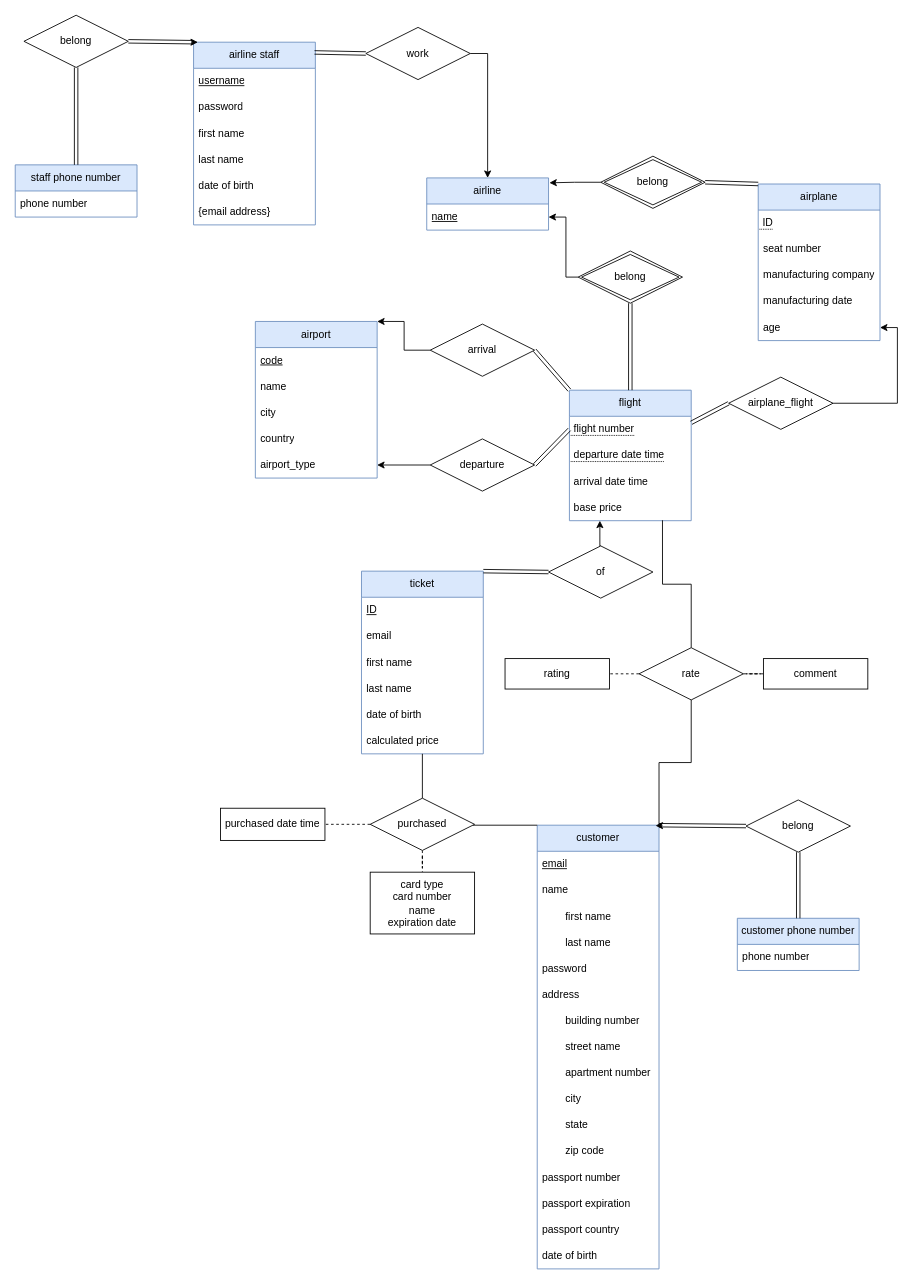
Earlier version of the draw.io diagram part1/project_ER.drawio (qianxichen233/CS-UY-3083-project). Source tidied: cells renumbered, new cells numbered last; positions are measured from the earlier drawing's top-left corner, leaving out a move shared by most shapes. Both pictures are drawn from the tidied source at 87%, with x=0, y=0 at pixel (15, 15).
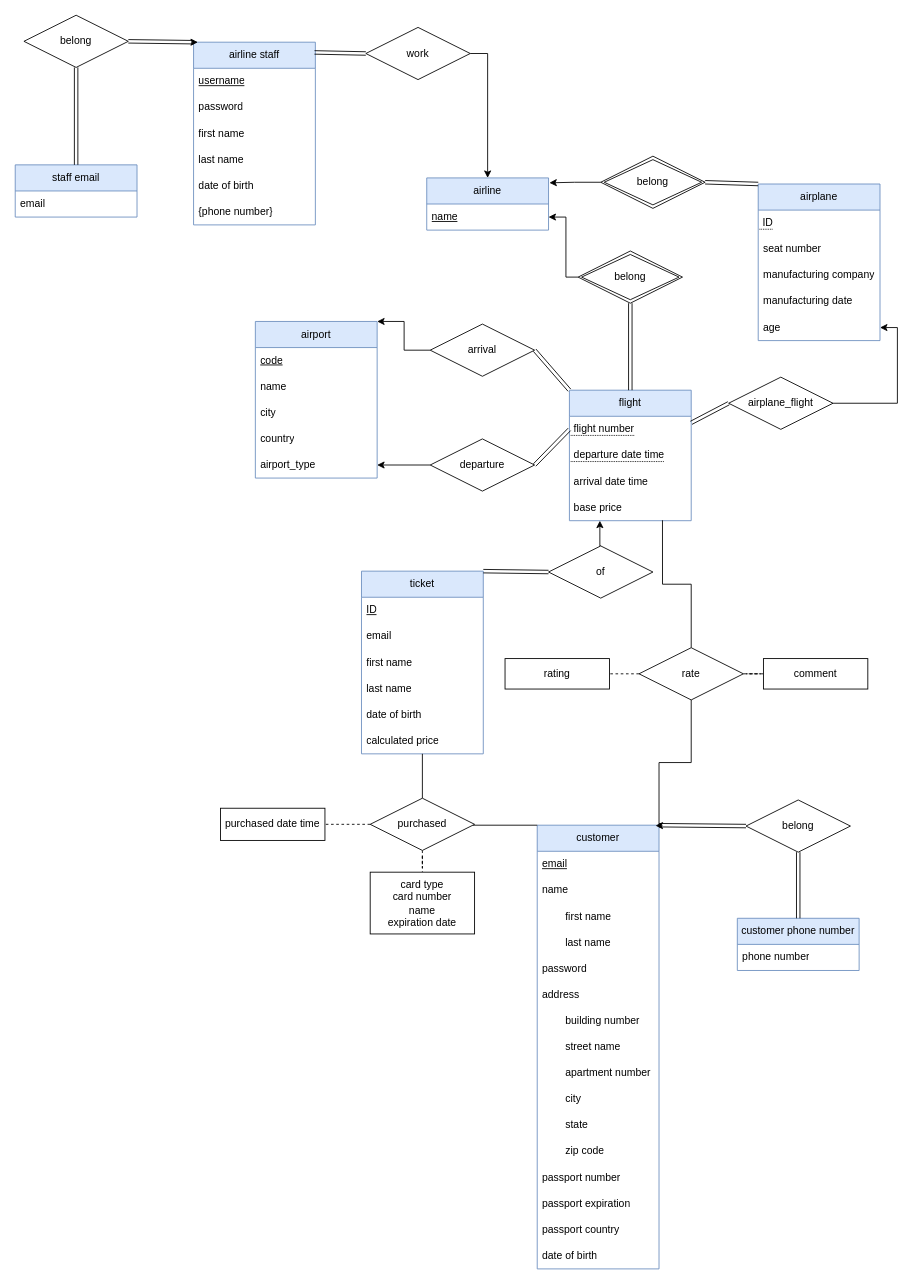
The same page after the edit.

Unchanged cells that the change refers to:
```xml
<mxCell id="77" value="airline staff" style="swimlane;fontStyle=0;horizontal=1;startSize=30;whiteSpace=wrap;html=1;fillColor=#dae8fc;strokeColor=#6c8ebf;" parent="1" vertex="1">
  <mxGeometry x="205" y="31" width="140" height="210" as="geometry" />
</mxCell>
```

What changed in the source:
```diff
@@
-    <mxCell id="83" value="{email address}" style="text;strokeColor=none;fillColor=none;align=left;verticalAlign=middle;spacingLeft=4;spacingRight=4;overflow=hidden;whiteSpace=wrap;html=1;" parent="77" vertex="1">
+    <mxCell id="83" value="{phone number}" style="text;strokeColor=none;fillColor=none;align=left;verticalAlign=middle;spacingLeft=4;spacingRight=4;overflow=hidden;whiteSpace=wrap;html=1;" parent="77" vertex="1">
       <mxGeometry y="180" width="140" height="30" as="geometry" />
     </mxCell>
@@
-    <mxCell id="87" value="staff phone number" style="swimlane;fontStyle=0;horizontal=1;startSize=30;whiteSpace=wrap;html=1;fillColor=#dae8fc;strokeColor=#6c8ebf;" parent="1" vertex="1">
+    <mxCell id="87" value="staff email" style="swimlane;fontStyle=0;horizontal=1;startSize=30;whiteSpace=wrap;html=1;fillColor=#dae8fc;strokeColor=#6c8ebf;" parent="1" vertex="1">
       <mxGeometry y="172" width="140" height="60" as="geometry" />
     </mxCell>
-    <mxCell id="88" value="phone number" style="text;strokeColor=none;fillColor=none;align=left;verticalAlign=middle;spacingLeft=4;spacingRight=4;overflow=hidden;whiteSpace=wrap;html=1;" parent="87" vertex="1">
+    <mxCell id="88" value="email" style="text;strokeColor=none;fillColor=none;align=left;verticalAlign=middle;spacingLeft=4;spacingRight=4;overflow=hidden;whiteSpace=wrap;html=1;" parent="87" vertex="1">
       <mxGeometry y="30" width="140" height="30" as="geometry" />
     </mxCell>
```
